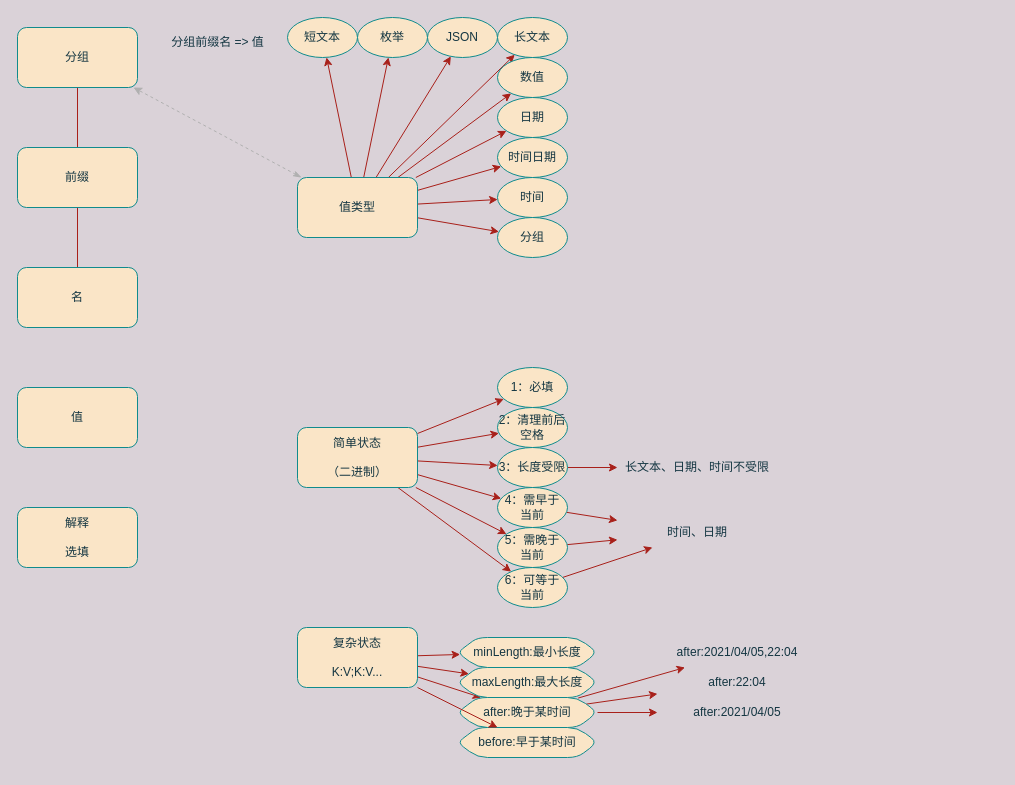
Above: API 推测图.drawio in uiosun/diagrams (draw.io), before the change. Source tidied: cells renumbered, new cells numbered last; positions are measured from the earlier drawing's top-left corner, leaving out a move shared by most shapes. Both pictures are drawn from the tidied source at 100%, with x=0, y=0 at pixel (17, 17).
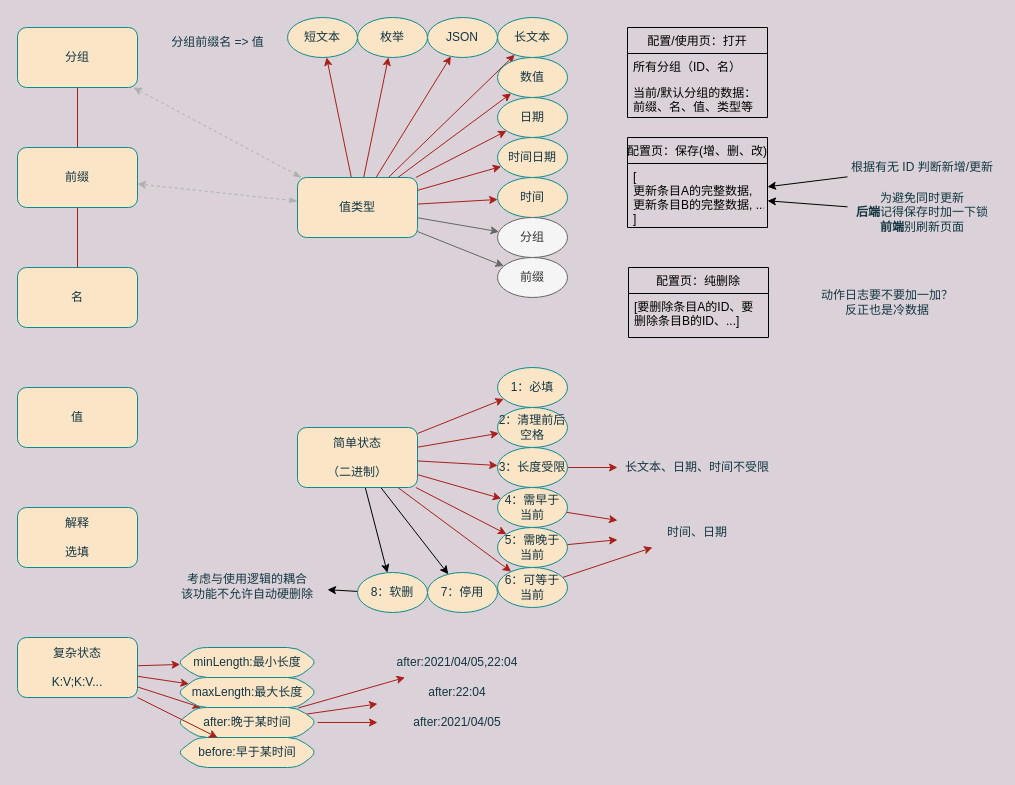
After the change.

Unchanged cells that the change refers to:
```xml
<mxCell id="12" value="值类型" style="rounded=1;whiteSpace=wrap;html=1;fillColor=#FAE5C7;strokeColor=#0F8B8D;fontColor=#143642;" parent="1" vertex="1">
  <mxGeometry x="280" y="160" width="120" height="60" as="geometry" />
</mxCell>
<mxCell id="16" value="前缀" style="rounded=1;whiteSpace=wrap;html=1;fillColor=#FAE5C7;strokeColor=#0F8B8D;fontColor=#143642;" parent="1" vertex="1">
  <mxGeometry y="130" width="120" height="60" as="geometry" />
</mxCell>
<mxCell id="25" value="简单状态&lt;br&gt;&lt;br&gt;（二进制）" style="rounded=1;whiteSpace=wrap;html=1;fillColor=#FAE5C7;strokeColor=#0F8B8D;fontColor=#143642;" parent="1" vertex="1">
  <mxGeometry x="280" y="410" width="120" height="60" as="geometry" />
</mxCell>
```

Diff of the diagram source:
```diff
@@
-    <mxCell id="10" style="rounded=1;sketch=0;jettySize=auto;html=1;fontColor=#143642;strokeColor=#A8201A;fillColor=#FAE5C7;" parent="1" edge="1" source="12" target="63">
+    <mxCell id="10" style="rounded=1;sketch=0;jettySize=auto;html=1;fontColor=#143642;strokeColor=#666666;fillColor=#f5f5f5;" parent="1" edge="1" source="12" target="63">
       <mxGeometry relative="1" as="geometry" />
     </mxCell>
@@
+    <mxCell id="64" style="rounded=0;jettySize=auto;html=1;fillColor=#f5f5f5;strokeColor=#666666;" parent="1" edge="1" source="12" target="76">
+      <mxGeometry relative="1" as="geometry" />
+    </mxCell>
@@
+    <mxCell id="65" style="edgeStyle=none;rounded=0;jettySize=auto;html=1;" parent="1" edge="1" source="25" target="83">
+      <mxGeometry relative="1" as="geometry" />
+    </mxCell>
+    <mxCell id="66" style="edgeStyle=none;rounded=0;jettySize=auto;html=1;" parent="1" edge="1" source="25" target="84">
+      <mxGeometry relative="1" as="geometry" />
+    </mxCell>
@@
     <mxCell id="41" value="复杂状态&lt;br&gt;&lt;br&gt;K:V;K:V..." style="rounded=1;whiteSpace=wrap;html=1;fillColor=#FAE5C7;strokeColor=#0F8B8D;fontColor=#143642;" parent="1" vertex="1">
-      <mxGeometry x="280" y="610" width="120" height="60" as="geometry" />
+      <mxGeometry y="620" width="120" height="60" as="geometry" />
     </mxCell>
@@
     <mxCell id="45" value="maxLength:最大长度" style="shape=hexagon;perimeter=hexagonPerimeter2;whiteSpace=wrap;html=1;fixedSize=1;rounded=1;fillColor=#FAE5C7;strokeColor=#0F8B8D;fontColor=#143642;" parent="1" vertex="1">
-      <mxGeometry x="440" y="650" width="140" height="30" as="geometry" />
+      <mxGeometry x="160" y="660" width="140" height="30" as="geometry" />
     </mxCell>
     <mxCell id="46" value="minLength:最小长度" style="shape=hexagon;perimeter=hexagonPerimeter2;whiteSpace=wrap;html=1;fixedSize=1;rounded=1;fillColor=#FAE5C7;strokeColor=#0F8B8D;fontColor=#143642;" parent="1" vertex="1">
-      <mxGeometry x="440" y="620" width="140" height="30" as="geometry" />
+      <mxGeometry x="160" y="630" width="140" height="30" as="geometry" />
     </mxCell>
@@
     <mxCell id="50" value="after:晚于某时间" style="shape=hexagon;perimeter=hexagonPerimeter2;whiteSpace=wrap;html=1;fixedSize=1;rounded=1;fillColor=#FAE5C7;strokeColor=#0F8B8D;fontColor=#143642;" parent="1" vertex="1">
-      <mxGeometry x="440" y="680" width="140" height="30" as="geometry" />
+      <mxGeometry x="160" y="690" width="140" height="30" as="geometry" />
     </mxCell>
@@
     <mxCell id="56" value="after:2021/04/05,22:04" style="text;html=1;strokeColor=none;fillColor=none;align=center;verticalAlign=middle;whiteSpace=wrap;rounded=0;fontColor=#143642;" parent="1" vertex="1">
-      <mxGeometry x="640" y="620" width="160" height="30" as="geometry" />
+      <mxGeometry x="360" y="630" width="160" height="30" as="geometry" />
     </mxCell>
     <mxCell id="57" value="after:22:04" style="text;html=1;strokeColor=none;fillColor=none;align=center;verticalAlign=middle;whiteSpace=wrap;rounded=0;fontColor=#143642;" parent="1" vertex="1">
-      <mxGeometry x="640" y="650" width="160" height="30" as="geometry" />
+      <mxGeometry x="360" y="660" width="160" height="30" as="geometry" />
     </mxCell>
     <mxCell id="58" value="after:2021/04/05" style="text;html=1;strokeColor=none;fillColor=none;align=center;verticalAlign=middle;whiteSpace=wrap;rounded=0;fontColor=#143642;" parent="1" vertex="1">
-      <mxGeometry x="640" y="680" width="160" height="30" as="geometry" />
+      <mxGeometry x="360" y="690" width="160" height="30" as="geometry" />
     </mxCell>
     <mxCell id="59" value="before:早于某时间" style="shape=hexagon;perimeter=hexagonPerimeter2;whiteSpace=wrap;html=1;fixedSize=1;rounded=1;fillColor=#FAE5C7;strokeColor=#0F8B8D;fontColor=#143642;" parent="1" vertex="1">
-      <mxGeometry x="440" y="710" width="140" height="30" as="geometry" />
+      <mxGeometry x="160" y="720" width="140" height="30" as="geometry" />
     </mxCell>
@@
-    <mxCell id="63" value="分组" style="ellipse;whiteSpace=wrap;html=1;rounded=1;fillColor=#FAE5C7;strokeColor=#0F8B8D;fontColor=#143642;" parent="1" vertex="1">
+    <mxCell id="63" value="分组" style="ellipse;whiteSpace=wrap;html=1;rounded=1;fillColor=#f5f5f5;strokeColor=#666666;fontColor=#333333;" parent="1" vertex="1">
       <mxGeometry x="480" y="200" width="70" height="40" as="geometry" />
     </mxCell>
+    <mxCell id="67" value="配置/使用页：打开" style="swimlane;fontStyle=0;horizontal=1;startSize=26;fillColor=none;" parent="1" vertex="1">
+      <mxGeometry x="610" y="10" width="140" height="90" as="geometry" />
+    </mxCell>
+    <mxCell id="68" value="所有分组（ID、名）" style="text;strokeColor=none;fillColor=none;align=left;verticalAlign=top;spacingLeft=4;spacingRight=4;overflow=hidden;" parent="67" vertex="1">
+      <mxGeometry y="26" width="140" height="26" as="geometry" />
+    </mxCell>
+    <mxCell id="69" value="当前/默认分组的数据：&#10;前缀、名、值、类型等" style="text;strokeColor=none;fillColor=none;align=left;verticalAlign=top;spacingLeft=4;spacingRight=4;overflow=hidden;" parent="67" vertex="1">
+      <mxGeometry y="52" width="140" height="38" as="geometry" />
+    </mxCell>
+    <mxCell id="70" value="配置页：保存(增、删、改)" style="swimlane;fontStyle=0;horizontal=1;startSize=26;fillColor=none;" parent="1" vertex="1">
+      <mxGeometry x="610" y="120" width="140" height="90" as="geometry" />
+    </mxCell>
+    <mxCell id="71" value="[&#10;更新条目A的完整数据,&#10;更新条目B的完整数据, ...&#10;]" style="text;strokeColor=none;fillColor=none;align=left;verticalAlign=top;spacingLeft=4;spacingRight=4;overflow=hidden;points=[[0,0.5],[1,0.5]];portConstraint=eastwest;" parent="70" vertex="1">
+      <mxGeometry y="26" width="140" height="64" as="geometry" />
+    </mxCell>
+    <mxCell id="72" value="配置页：纯删除" style="swimlane;fontStyle=0;horizontal=1;startSize=26;fillColor=none;" parent="1" vertex="1">
+      <mxGeometry x="611" y="250" width="140" height="70" as="geometry" />
+    </mxCell>
+    <mxCell id="73" value="[要删除条目A的ID、要&#10;删除条目B的ID、...]" style="text;strokeColor=none;fillColor=none;align=left;verticalAlign=top;spacingLeft=4;spacingRight=4;overflow=hidden;" parent="72" vertex="1">
+      <mxGeometry y="26" width="140" height="44" as="geometry" />
+    </mxCell>
+    <mxCell id="74" style="rounded=0;jettySize=auto;html=1;" parent="1" edge="1" source="84" target="75">
+      <mxGeometry relative="1" as="geometry" />
+    </mxCell>
+    <mxCell id="75" value="考虑与使用逻辑的耦合&lt;br&gt;该功能不允许自动硬删除" style="text;html=1;strokeColor=none;fillColor=none;align=center;verticalAlign=middle;whiteSpace=wrap;rounded=0;fontColor=#143642;" parent="1" vertex="1">
+      <mxGeometry x="150" y="547.5" width="160" height="42.5" as="geometry" />
+    </mxCell>
+    <mxCell id="76" value="前缀" style="ellipse;whiteSpace=wrap;html=1;rounded=1;fillColor=#f5f5f5;strokeColor=#666666;fontColor=#333333;" parent="1" vertex="1">
+      <mxGeometry x="480" y="240" width="70" height="40" as="geometry" />
+    </mxCell>
+    <mxCell id="77" style="edgeStyle=none;rounded=0;jettySize=auto;html=1;" parent="1" edge="1" source="78" target="71">
+      <mxGeometry relative="1" as="geometry" />
+    </mxCell>
+    <mxCell id="78" value="为避免同时更新&lt;br&gt;&lt;b&gt;后端&lt;/b&gt;记得保存时加一下锁&lt;br&gt;&lt;b&gt;前端&lt;/b&gt;别刷新页面" style="text;html=1;strokeColor=none;fillColor=none;align=center;verticalAlign=middle;whiteSpace=wrap;rounded=0;fontColor=#143642;" parent="1" vertex="1">
+      <mxGeometry x="830" y="170" width="150" height="50" as="geometry" />
+    </mxCell>
+    <mxCell id="79" style="edgeStyle=none;rounded=0;jettySize=auto;html=1;" parent="1" edge="1" source="80" target="71">
+      <mxGeometry relative="1" as="geometry" />
+    </mxCell>
+    <mxCell id="80" value="根据有无 ID 判断新增/更新" style="text;html=1;strokeColor=none;fillColor=none;align=center;verticalAlign=middle;whiteSpace=wrap;rounded=0;fontColor=#143642;" parent="1" vertex="1">
+      <mxGeometry x="830" y="135" width="150" height="30" as="geometry" />
+    </mxCell>
+    <mxCell id="81" value="动作日志要不要加一加？&lt;br&gt;反正也是冷数据" style="text;html=1;strokeColor=none;fillColor=none;align=center;verticalAlign=middle;whiteSpace=wrap;rounded=0;fontColor=#143642;" parent="1" vertex="1">
+      <mxGeometry x="790" y="260" width="160" height="50" as="geometry" />
+    </mxCell>
+    <mxCell id="82" style="edgeStyle=none;curved=0;rounded=1;sketch=0;jettySize=auto;html=1;fontColor=#143642;strokeColor=#B0B0B0;fillColor=#FAE5C7;startArrow=classicThin;startFill=1;dashed=1;" parent="1" edge="1" source="12" target="16">
+      <mxGeometry relative="1" as="geometry" />
+    </mxCell>
+    <mxCell id="83" value="7：停用" style="ellipse;whiteSpace=wrap;html=1;rounded=1;fillColor=#FAE5C7;strokeColor=#0F8B8D;fontColor=#143642;" parent="1" vertex="1">
+      <mxGeometry x="410" y="555" width="70" height="40" as="geometry" />
+    </mxCell>
+    <mxCell id="84" value="8：软删" style="ellipse;whiteSpace=wrap;html=1;rounded=1;fillColor=#FAE5C7;strokeColor=#0F8B8D;fontColor=#143642;" parent="1" vertex="1">
+      <mxGeometry x="340" y="555" width="70" height="40" as="geometry" />
+    </mxCell>
```
